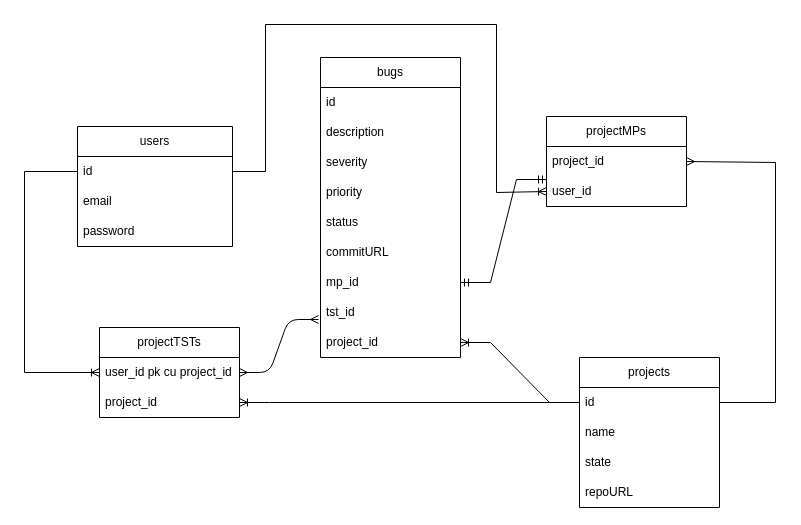
Above: be/dbDiagram.drawio in biancapicleanu/Proiect-Web-Tech (draw.io), before the change. Source tidied: cells renumbered, new cells numbered last; positions are measured from the earlier drawing's top-left corner, leaving out a move shared by most shapes. Both pictures are drawn from the tidied source at 100%, with x=0, y=0 at pixel (24, 24).
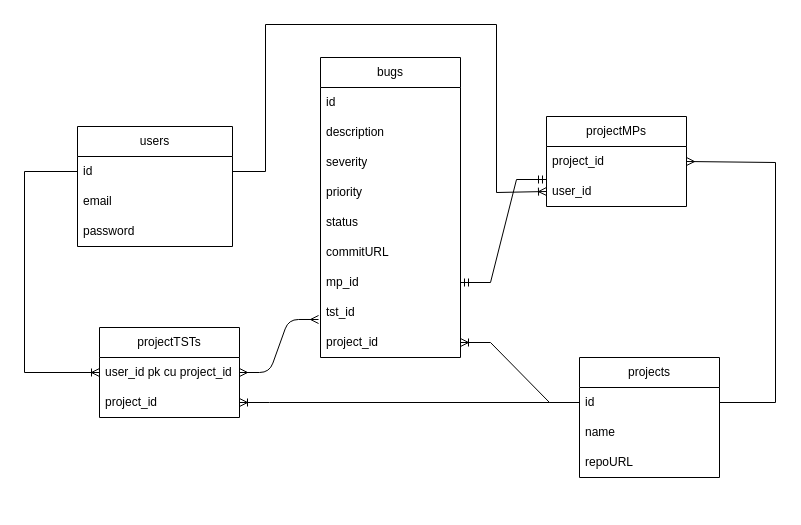
The same diagram, later.

Change to the diagram source:
```diff
@@
     <mxCell id="6" value="projects" style="swimlane;fontStyle=0;horizontal=1;startSize=30;whiteSpace=wrap;html=1;" parent="1" vertex="1">
-      <mxGeometry x="555" y="333" width="140" height="150" as="geometry" />
+      <mxGeometry x="555" y="333" width="140" height="120" as="geometry" />
     </mxCell>
@@
-    <mxCell id="9" value="state" style="text;strokeColor=none;fillColor=none;align=left;verticalAlign=middle;spacingLeft=4;spacingRight=4;overflow=hidden;whiteSpace=wrap;html=1;" parent="6" vertex="1">
-      <mxGeometry y="90" width="140" height="30" as="geometry" />
-    </mxCell>
     <mxCell id="10" value="repoURL" style="text;strokeColor=none;fillColor=none;align=left;verticalAlign=middle;spacingLeft=4;spacingRight=4;overflow=hidden;whiteSpace=wrap;html=1;" parent="6" vertex="1">
-      <mxGeometry y="120" width="140" height="30" as="geometry" />
+      <mxGeometry y="90" width="140" height="30" as="geometry" />
     </mxCell>
```
